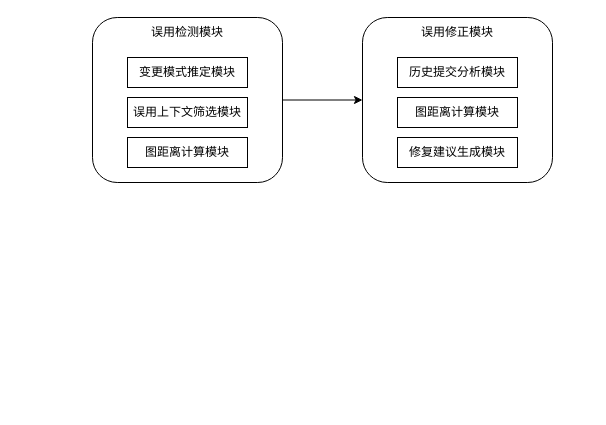
This is 新整体架构.drawio from ToJ112/pic-md, a draw.io file, before an edit. Source tidied: cells renumbered, new cells numbered last; positions are measured from the earlier drawing's top-left corner, leaving out a move shared by most shapes. Both pictures are drawn from the tidied source at 100%, with x=0, y=0 at pixel (92, 17).
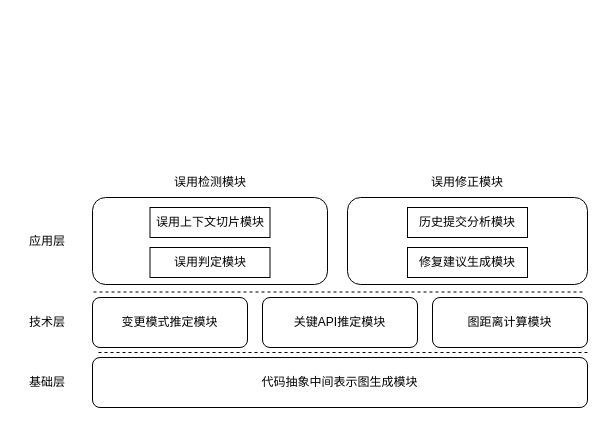
After the change.

Commit message:
更新新整体架构.drawio

Diff of the diagram source:
```diff
@@
-    <mxCell id="2" style="rounded=1;whiteSpace=wrap;html=1;" parent="1" vertex="1">
-      <mxGeometry x="270" width="190" height="165" as="geometry" />
+    <mxCell id="2" style="rounded=1;whiteSpace=wrap;html=1;fontFamily=宋体-简;" parent="1" vertex="1">
+      <mxGeometry x="255" y="180" width="240" height="87" as="geometry" />
     </mxCell>
-    <mxCell id="3" style="edgeStyle=orthogonalEdgeStyle;rounded=0;jettySize=auto;html=1;entryX=0;entryY=0.5;entryDx=0;entryDy=0;" parent="1" edge="1" source="4" target="2">
-      <mxGeometry relative="1" as="geometry" />
-    </mxCell>
-    <mxCell id="4" style="rounded=1;whiteSpace=wrap;html=1;" parent="1" vertex="1">
-      <mxGeometry width="190" height="165" as="geometry" />
+    <mxCell id="4" style="rounded=1;whiteSpace=wrap;html=1;fontFamily=宋体-简;" parent="1" vertex="1">
+      <mxGeometry y="180" width="235" height="87" as="geometry" />
     </mxCell>
-    <mxCell id="5" value="变更模式推定模块" style="rounded=0;whiteSpace=wrap;html=1;" parent="1" vertex="1">
-      <mxGeometry x="35" y="40" width="120" height="30" as="geometry" />
-    </mxCell>
-    <mxCell id="6" value="图距离计算模块" style="rounded=0;whiteSpace=wrap;html=1;" parent="1" vertex="1">
-      <mxGeometry x="35" y="120" width="120" height="30" as="geometry" />
-    </mxCell>
-    <mxCell id="7" value="历史提交分析模块" style="rounded=0;whiteSpace=wrap;html=1;" parent="1" vertex="1">
-      <mxGeometry x="305" y="40" width="120" height="30" as="geometry" />
+    <mxCell id="7" value="历史提交分析模块" style="rounded=0;whiteSpace=wrap;html=1;fontFamily=宋体-简;" parent="1" vertex="1">
+      <mxGeometry x="315" y="190" width="120" height="30" as="geometry" />
     </mxCell>
-    <mxCell id="8" value="修复建议生成模块" style="rounded=0;whiteSpace=wrap;html=1;" parent="1" vertex="1">
-      <mxGeometry x="305" y="120" width="120" height="30" as="geometry" />
+    <mxCell id="8" value="修复建议生成模块" style="rounded=0;whiteSpace=wrap;html=1;fontFamily=宋体-简;" parent="1" vertex="1">
+      <mxGeometry x="315" y="230" width="120" height="30" as="geometry" />
     </mxCell>
-    <mxCell id="9" value="图距离计算模块" style="rounded=0;whiteSpace=wrap;html=1;" parent="1" vertex="1">
-      <mxGeometry x="305" y="80" width="120" height="30" as="geometry" />
-    </mxCell>
-    <mxCell id="10" value="误用上下文筛选模块" style="rounded=0;whiteSpace=wrap;html=1;" parent="1" vertex="1">
-      <mxGeometry x="35" y="80" width="120" height="30" as="geometry" />
+    <mxCell id="10" value="误用上下文切片模块" style="rounded=0;whiteSpace=wrap;html=1;fontFamily=宋体-简;" parent="1" vertex="1">
+      <mxGeometry x="57.5" y="190" width="120" height="30" as="geometry" />
     </mxCell>
-    <mxCell id="11" value="误用检测模块" style="text;html=1;align=center;verticalAlign=middle;whiteSpace=wrap;rounded=0;" parent="1" vertex="1">
-      <mxGeometry x="55" width="80" height="30" as="geometry" />
+    <mxCell id="11" value="误用检测模块" style="text;html=1;align=center;verticalAlign=middle;whiteSpace=wrap;rounded=0;fontFamily=宋体-简;" parent="1" vertex="1">
+      <mxGeometry x="77.5" y="150" width="80" height="30" as="geometry" />
     </mxCell>
-    <mxCell id="12" value="误用修正模块" style="text;html=1;align=center;verticalAlign=middle;whiteSpace=wrap;rounded=0;" parent="1" vertex="1">
-      <mxGeometry x="325" width="80" height="30" as="geometry" />
+    <mxCell id="12" value="误用修正模块" style="text;html=1;align=center;verticalAlign=middle;whiteSpace=wrap;rounded=0;fontFamily=宋体-简;" parent="1" vertex="1">
+      <mxGeometry x="335" y="150" width="80" height="30" as="geometry" />
     </mxCell>
+    <mxCell id="13" value="代码抽象中间表示图生成模块" style="rounded=1;whiteSpace=wrap;html=1;fontFamily=宋体-简;" parent="1" vertex="1">
+      <mxGeometry y="340" width="495" height="50" as="geometry" />
+    </mxCell>
+    <mxCell id="5" value="变更模式推定模块" style="rounded=1;whiteSpace=wrap;html=1;fontFamily=宋体-简;" parent="1" vertex="1">
+      <mxGeometry y="280" width="155" height="50" as="geometry" />
+    </mxCell>
+    <mxCell id="14" value="关键API推定模块" style="rounded=1;whiteSpace=wrap;html=1;fontFamily=宋体-简;" parent="1" vertex="1">
+      <mxGeometry x="170" y="280" width="155" height="50" as="geometry" />
+    </mxCell>
+    <mxCell id="15" value="图距离计算模块" style="rounded=1;whiteSpace=wrap;html=1;fontFamily=宋体-简;" parent="1" vertex="1">
+      <mxGeometry x="340" y="280" width="155" height="50" as="geometry" />
+    </mxCell>
+    <mxCell id="16" style="endArrow=none;dashed=1;html=1;rounded=0;fontFamily=宋体-简;" parent="1" edge="1">
+      <mxGeometry relative="1" as="geometry">
+        <mxPoint x="490" y="274.5" as="sourcePoint" />
+        <mxPoint y="274.5" as="targetPoint" />
+      </mxGeometry>
+    </mxCell>
+    <mxCell id="17" style="endArrow=none;dashed=1;html=1;rounded=0;fontFamily=宋体-简;" parent="1" edge="1">
+      <mxGeometry relative="1" as="geometry">
+        <mxPoint x="495" y="335" as="sourcePoint" />
+        <mxPoint x="5" y="335" as="targetPoint" />
+      </mxGeometry>
+    </mxCell>
+    <mxCell id="18" value="基础层" style="text;html=1;align=center;verticalAlign=middle;whiteSpace=wrap;rounded=0;fontFamily=宋体-简;" parent="1" vertex="1">
+      <mxGeometry x="-75" y="350" width="60" height="30" as="geometry" />
+    </mxCell>
+    <mxCell id="19" value="技术层" style="text;html=1;align=center;verticalAlign=middle;whiteSpace=wrap;rounded=0;fontFamily=宋体-简;" parent="1" vertex="1">
+      <mxGeometry x="-75" y="290" width="60" height="30" as="geometry" />
+    </mxCell>
+    <mxCell id="20" value="应用层" style="text;html=1;align=center;verticalAlign=middle;whiteSpace=wrap;rounded=0;fontFamily=宋体-简;" parent="1" vertex="1">
+      <mxGeometry x="-75" y="208.5" width="60" height="30" as="geometry" />
+    </mxCell>
+    <mxCell id="21" value="误用判定模块" style="rounded=0;whiteSpace=wrap;html=1;fontFamily=宋体-简;" parent="1" vertex="1">
+      <mxGeometry x="57.5" y="230" width="120" height="30" as="geometry" />
+    </mxCell>
```
